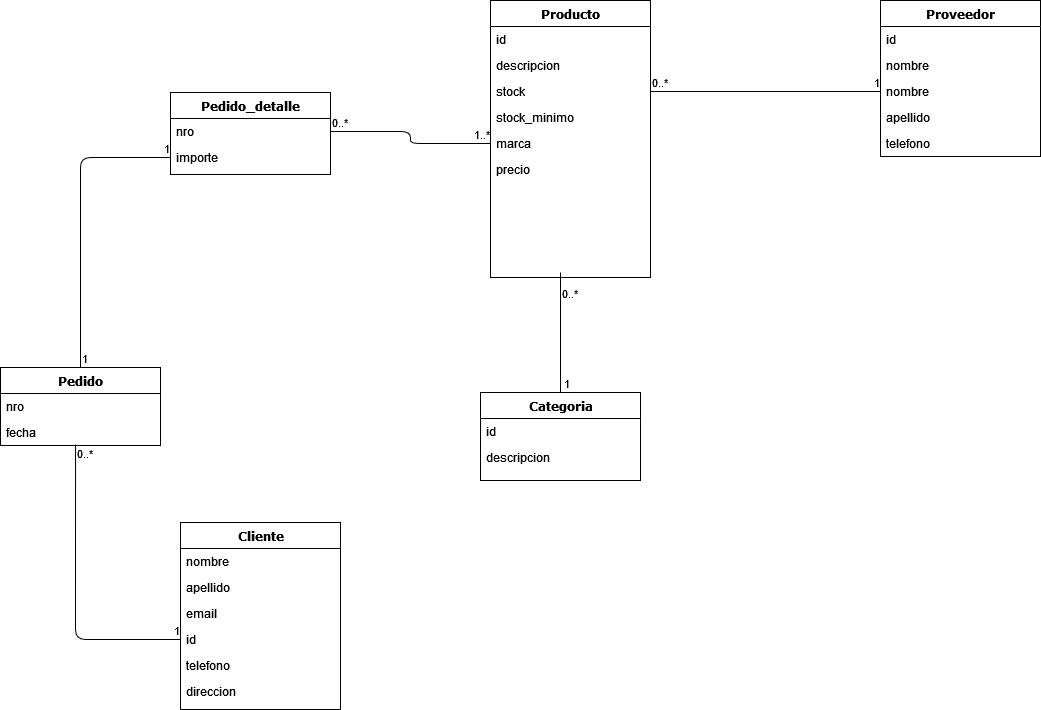
Above: docs/modelo-de-dominio.png in gmbz/java2021 (draw.io), before the change. Source tidied: cells renumbered, new cells last; positions are measured from the earlier drawing's top-left corner, leaving out a move shared by most shapes.
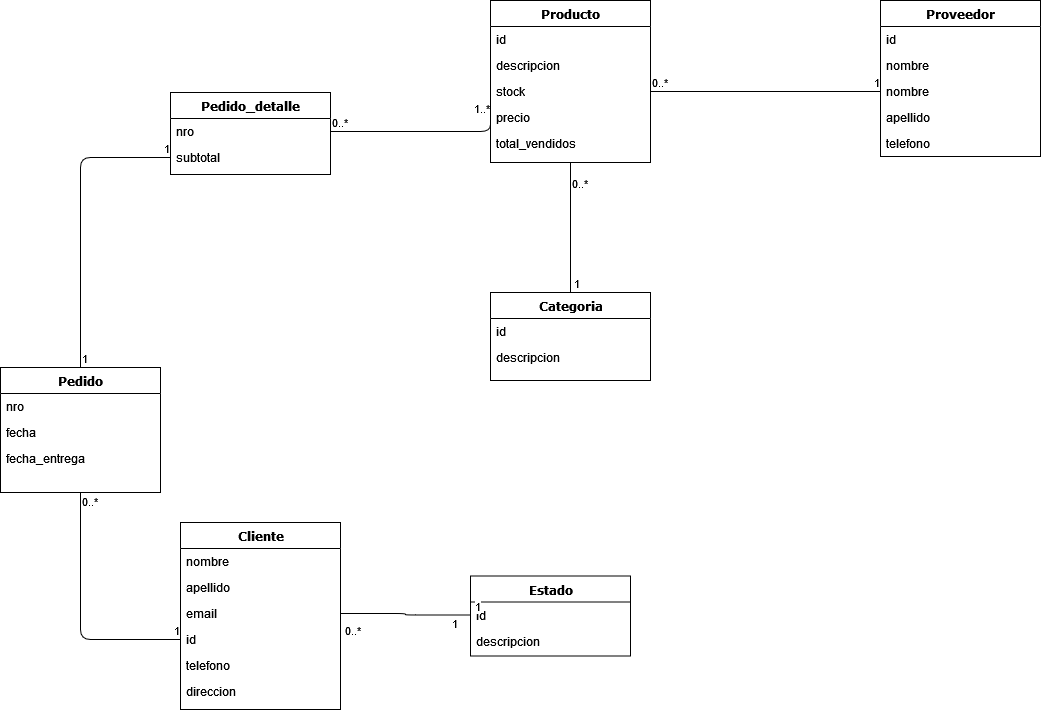
The same diagram one commit later.

Change to the diagram source:
```diff
@@ -24,7 +24,7 @@
       <mxGeometry y="156" width="160" height="26" as="geometry" />
     </mxCell>
     <mxCell id="9" value="Producto" style="swimlane;html=1;fontStyle=1;align=center;verticalAlign=top;horizontal=1;startSize=26;swimlaneFillColor=#ffffff;rounded=0;shadow=0;comic=0;labelBackgroundColor=none;strokeWidth=1;fillColor=none;fontFamily=Verdana;fontSize=12;" parent="1" vertex="1">
-      <mxGeometry x="490" width="160" height="277" as="geometry" />
+      <mxGeometry x="490" width="160" height="162" as="geometry" />
     </mxCell>
     <mxCell id="10" value="id" style="text;html=1;strokeColor=none;fillColor=none;align=left;verticalAlign=top;spacingLeft=4;spacingRight=4;whiteSpace=wrap;overflow=hidden;" parent="9" vertex="1">
       <mxGeometry y="26" width="160" height="26" as="geometry" />
@@ -35,15 +35,12 @@
     <mxCell id="12" value="stock" style="text;html=1;strokeColor=none;fillColor=none;align=left;verticalAlign=top;spacingLeft=4;spacingRight=4;whiteSpace=wrap;overflow=hidden;points=[[0,0.5],[1,0.5]];portConstraint=eastwest;" parent="9" vertex="1">
       <mxGeometry y="78" width="160" height="26" as="geometry" />
     </mxCell>
-    <mxCell id="13" value="stock_minimo" style="text;html=1;strokeColor=none;fillColor=none;align=left;verticalAlign=top;spacingLeft=4;spacingRight=4;whiteSpace=wrap;overflow=hidden;" parent="9" vertex="1">
-      <mxGeometry y="104" width="160" height="26" as="geometry" />
-    </mxCell>
-    <mxCell id="14" value="marca" style="text;html=1;strokeColor=none;fillColor=none;align=left;verticalAlign=top;spacingLeft=4;spacingRight=4;whiteSpace=wrap;overflow=hidden;points=[[0,0.5],[1,0.5]];portConstraint=eastwest;" parent="9" vertex="1">
-      <mxGeometry y="130" width="160" height="26" as="geometry" />
-    </mxCell>
     <mxCell id="15" value="precio" style="text;html=1;strokeColor=none;fillColor=none;align=left;verticalAlign=top;spacingLeft=4;spacingRight=4;whiteSpace=wrap;overflow=hidden;" parent="9" vertex="1">
-      <mxGeometry y="156" width="160" height="26" as="geometry" />
+      <mxGeometry y="104" width="160" height="26" as="geometry" />
     </mxCell>
+    <mxCell id="46" value="total_vendidos" style="text;html=1;strokeColor=none;fillColor=none;align=left;verticalAlign=top;spacingLeft=4;spacingRight=4;whiteSpace=wrap;overflow=hidden;" parent="9" vertex="1">
+      <mxGeometry y="130" width="160" height="26" as="geometry" />
+    </mxCell>
     <mxCell id="16" value="Proveedor" style="swimlane;html=1;fontStyle=1;align=center;verticalAlign=top;horizontal=1;startSize=26;swimlaneFillColor=#ffffff;rounded=0;shadow=0;comic=0;labelBackgroundColor=none;strokeWidth=1;fillColor=none;fontFamily=Verdana;fontSize=12;" parent="1" vertex="1">
       <mxGeometry x="880" width="160" height="156" as="geometry" />
     </mxCell>
@@ -63,7 +60,7 @@
       <mxGeometry y="130" width="160" height="26" as="geometry" />
     </mxCell>
     <mxCell id="22" value="Pedido" style="swimlane;html=1;fontStyle=1;align=center;verticalAlign=top;horizontal=1;startSize=26;swimlaneFillColor=#ffffff;rounded=0;shadow=0;comic=0;labelBackgroundColor=none;strokeWidth=1;fillColor=none;fontFamily=Verdana;fontSize=12;" parent="1" vertex="1">
-      <mxGeometry y="367" width="160" height="78" as="geometry" />
+      <mxGeometry y="367" width="160" height="125" as="geometry" />
     </mxCell>
     <mxCell id="23" value="nro" style="text;html=1;strokeColor=none;fillColor=none;align=left;verticalAlign=top;spacingLeft=4;spacingRight=4;whiteSpace=wrap;overflow=hidden;" parent="22" vertex="1">
       <mxGeometry y="26" width="160" height="26" as="geometry" />
@@ -71,8 +68,11 @@
     <mxCell id="24" value="fecha" style="text;html=1;strokeColor=none;fillColor=none;align=left;verticalAlign=top;spacingLeft=4;spacingRight=4;whiteSpace=wrap;overflow=hidden;points=[[0,0.5],[1,0.5]];portConstraint=eastwest;" parent="22" vertex="1">
       <mxGeometry y="52" width="160" height="26" as="geometry" />
     </mxCell>
+    <mxCell id="47" value="fecha_entrega" style="text;html=1;strokeColor=none;fillColor=none;align=left;verticalAlign=top;spacingLeft=4;spacingRight=4;whiteSpace=wrap;overflow=hidden;" parent="22" vertex="1">
+      <mxGeometry y="78" width="160" height="26" as="geometry" />
+    </mxCell>
     <mxCell id="25" value="Categoria" style="swimlane;html=1;fontStyle=1;align=center;verticalAlign=top;horizontal=1;startSize=26;swimlaneFillColor=#ffffff;rounded=0;shadow=0;comic=0;labelBackgroundColor=none;strokeWidth=1;fillColor=none;fontFamily=Verdana;fontSize=12;" parent="1" vertex="1">
-      <mxGeometry x="480" y="392" width="160" height="88" as="geometry" />
+      <mxGeometry x="490" y="292" width="160" height="88" as="geometry" />
     </mxCell>
     <mxCell id="26" value="id" style="text;html=1;strokeColor=none;fillColor=none;align=left;verticalAlign=top;spacingLeft=4;spacingRight=4;whiteSpace=wrap;overflow=hidden;" parent="25" vertex="1">
       <mxGeometry y="26" width="160" height="26" as="geometry" />
@@ -86,7 +86,7 @@
     <mxCell id="29" value="nro" style="text;html=1;strokeColor=none;fillColor=none;align=left;verticalAlign=top;spacingLeft=4;spacingRight=4;whiteSpace=wrap;overflow=hidden;points=[[0,0.5],[1,0.5]];portConstraint=eastwest;" parent="28" vertex="1">
       <mxGeometry y="26" width="160" height="26" as="geometry" />
     </mxCell>
-    <mxCell id="30" value="importe" style="text;html=1;strokeColor=none;fillColor=none;align=left;verticalAlign=top;spacingLeft=4;spacingRight=4;whiteSpace=wrap;overflow=hidden;points=[[0,0.5],[1,0.5]];portConstraint=eastwest;" parent="28" vertex="1">
+    <mxCell id="30" value="subtotal" style="text;html=1;strokeColor=none;fillColor=none;align=left;verticalAlign=top;spacingLeft=4;spacingRight=4;whiteSpace=wrap;overflow=hidden;points=[[0,0.5],[1,0.5]];portConstraint=eastwest;" parent="28" vertex="1">
       <mxGeometry y="52" width="160" height="26" as="geometry" />
     </mxCell>
     <mxCell id="31" style="endArrow=none;html=1;edgeStyle=orthogonalEdgeStyle;entryX=0;entryY=0.5;entryDx=0;entryDy=0;exitX=1;exitY=0.5;exitDx=0;exitDy=0;" parent="1" edge="1" source="12" target="19">
@@ -98,10 +98,8 @@
     <mxCell id="33" value="1" style="edgeLabel;html=1;align=right;verticalAlign=bottom;" parent="31" vertex="1">
       <mxGeometry x="1" relative="1" as="geometry" />
     </mxCell>
-    <mxCell id="34" style="endArrow=none;html=1;edgeStyle=orthogonalEdgeStyle;entryX=0.5;entryY=0;entryDx=0;entryDy=0;" parent="1" edge="1" target="25">
-      <mxGeometry relative="1" as="geometry">
-        <mxPoint x="560" y="272" as="sourcePoint" />
-      </mxGeometry>
+    <mxCell id="34" style="endArrow=none;html=1;edgeStyle=orthogonalEdgeStyle;entryX=0.5;entryY=0;entryDx=0;entryDy=0;exitX=0.5;exitY=1;exitDx=0;exitDy=0;" parent="1" edge="1" source="9" target="25">
+      <mxGeometry relative="1" as="geometry" />
     </mxCell>
     <mxCell id="35" value="0..*" style="edgeLabel;html=1;align=left;verticalAlign=bottom;" parent="34" vertex="1">
       <mxGeometry x="-1" relative="1" as="geometry">
@@ -113,8 +111,10 @@
         <mxPoint x="10" as="offset" />
       </mxGeometry>
     </mxCell>
-    <mxCell id="37" style="endArrow=none;html=1;edgeStyle=orthogonalEdgeStyle;entryX=0;entryY=0.5;entryDx=0;entryDy=0;exitX=1;exitY=0.5;exitDx=0;exitDy=0;" parent="1" edge="1" source="29" target="14">
-      <mxGeometry relative="1" as="geometry" />
+    <mxCell id="37" style="endArrow=none;html=1;edgeStyle=orthogonalEdgeStyle;entryX=0;entryY=0.5;entryDx=0;entryDy=0;exitX=1;exitY=0.5;exitDx=0;exitDy=0;" parent="1" edge="1" source="29">
+      <mxGeometry relative="1" as="geometry">
+        <mxPoint x="490" y="117" as="targetPoint" />
+      </mxGeometry>
     </mxCell>
     <mxCell id="38" value="0..*" style="edgeLabel;html=1;align=left;verticalAlign=bottom;" parent="37" vertex="1">
       <mxGeometry x="-1" relative="1" as="geometry" />
@@ -131,7 +131,7 @@
     <mxCell id="42" value="1" style="edgeLabel;html=1;align=right;verticalAlign=bottom;" parent="40" vertex="1">
       <mxGeometry x="1" relative="1" as="geometry" />
     </mxCell>
-    <mxCell id="43" style="endArrow=none;html=1;edgeStyle=orthogonalEdgeStyle;entryX=0;entryY=0.5;entryDx=0;entryDy=0;exitX=0.469;exitY=0.962;exitDx=0;exitDy=0;exitPerimeter=0;" parent="1" edge="1" source="24" target="6">
+    <mxCell id="43" style="endArrow=none;html=1;edgeStyle=orthogonalEdgeStyle;entryX=0;entryY=0.5;entryDx=0;entryDy=0;exitX=0.5;exitY=1;exitDx=0;exitDy=0;" parent="1" edge="1" source="22" target="6">
       <mxGeometry relative="1" as="geometry" />
     </mxCell>
     <mxCell id="44" value="0..*" style="edgeLabel;html=1;align=left;verticalAlign=bottom;" parent="43" vertex="1">
@@ -142,5 +142,32 @@
     <mxCell id="45" value="1" style="edgeLabel;html=1;align=right;verticalAlign=bottom;" parent="43" vertex="1">
       <mxGeometry x="1" relative="1" as="geometry" />
     </mxCell>
+    <mxCell id="48" value="Estado" style="swimlane;html=1;fontStyle=1;align=center;verticalAlign=top;horizontal=1;startSize=26;swimlaneFillColor=#ffffff;rounded=0;shadow=0;comic=0;labelBackgroundColor=none;strokeWidth=1;fillColor=none;fontFamily=Verdana;fontSize=12;" parent="1" vertex="1">
+      <mxGeometry x="470" y="575.5" width="160" height="80" as="geometry" />
+    </mxCell>
+    <mxCell id="49" value="id" style="text;html=1;strokeColor=none;fillColor=none;align=left;verticalAlign=top;spacingLeft=4;spacingRight=4;whiteSpace=wrap;overflow=hidden;points=[[0,0.5],[1,0.5]];portConstraint=eastwest;" parent="48" vertex="1">
+      <mxGeometry y="26" width="160" height="26" as="geometry" />
+    </mxCell>
+    <mxCell id="50" value="descripcion" style="text;html=1;strokeColor=none;fillColor=none;align=left;verticalAlign=top;spacingLeft=4;spacingRight=4;whiteSpace=wrap;overflow=hidden;" parent="48" vertex="1">
+      <mxGeometry y="52" width="160" height="26" as="geometry" />
+    </mxCell>
+    <mxCell id="51" style="endArrow=none;html=1;edgeStyle=orthogonalEdgeStyle;entryX=0;entryY=0.5;entryDx=0;entryDy=0;exitX=1;exitY=0.5;exitDx=0;exitDy=0;" parent="1" edge="1" source="5" target="49">
+      <mxGeometry relative="1" as="geometry" />
+    </mxCell>
+    <mxCell id="52" value="1" style="edgeLabel;html=1;align=left;verticalAlign=bottom;" parent="51" vertex="1">
+      <mxGeometry x="-1" relative="1" as="geometry">
+        <mxPoint x="110" y="19" as="offset" />
+      </mxGeometry>
+    </mxCell>
+    <mxCell id="53" value="1" style="edgeLabel;html=1;align=right;verticalAlign=bottom;" parent="51" vertex="1">
+      <mxGeometry x="1" relative="1" as="geometry">
+        <mxPoint x="10" as="offset" />
+      </mxGeometry>
+    </mxCell>
+    <mxCell id="54" value="0..*" style="edgeLabel;html=1;align=left;verticalAlign=bottom;" parent="1" vertex="1">
+      <mxGeometry x="460" y="642" as="geometry">
+        <mxPoint x="-117" y="-3" as="offset" />
+      </mxGeometry>
+    </mxCell>
   </root>
 </mxGraphModel>
```
